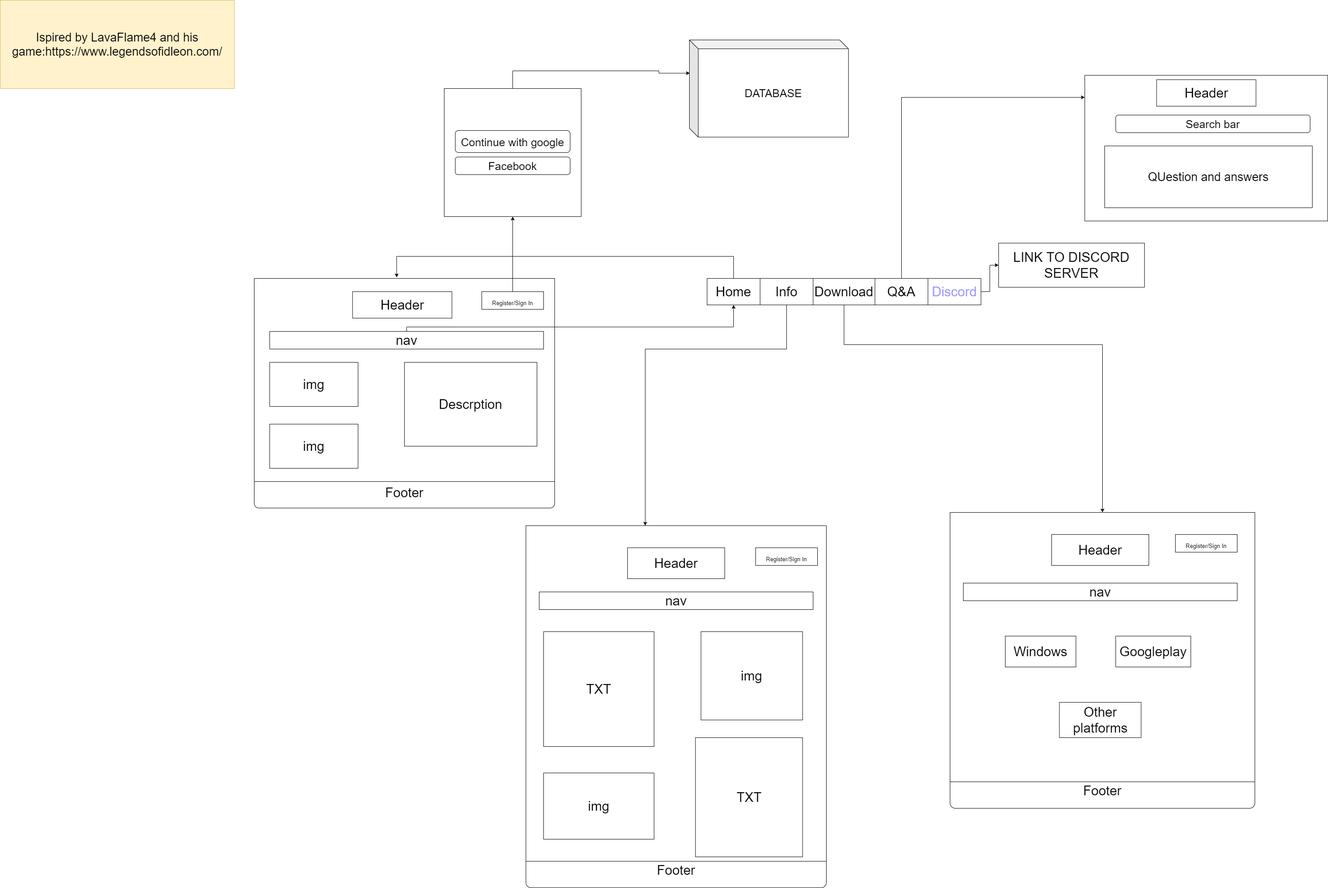
The draw.io diagram Hellscape__site/Hellscape.png in SmoleacMihai/ProgramareWeb, before a commit. Source tidied: cells renumbered, new cells last; positions are measured from the earlier drawing's top-left corner, leaving out a move shared by most shapes.
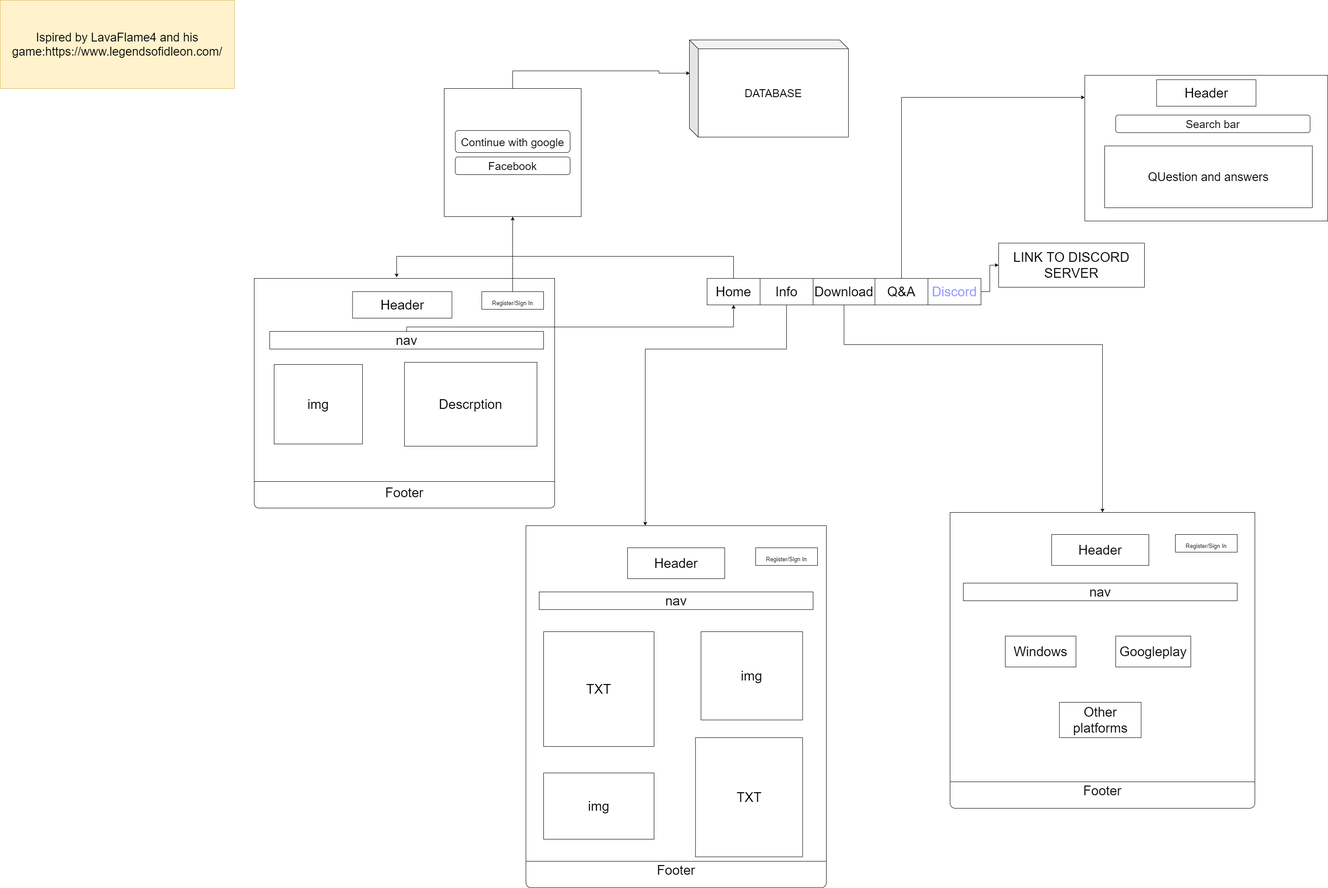
The same file after the commit.

The edit, as a diff of the source:
```diff
@@ -20,14 +20,11 @@
     <mxCell id="7" style="rounded=0;whiteSpace=wrap;html=1;fontSize=30;" parent="1" vertex="1">
       <mxGeometry x="620" y="750" width="610" height="40" as="geometry" />
     </mxCell>
-    <mxCell id="8" value="img" style="rounded=0;whiteSpace=wrap;html=1;fontSize=30;" parent="1" vertex="1">
-      <mxGeometry x="610" y="960" width="200" height="100" as="geometry" />
-    </mxCell>
     <mxCell id="9" value="Descrption" style="rounded=0;whiteSpace=wrap;html=1;fontSize=30;" parent="1" vertex="1">
       <mxGeometry x="915" y="820" width="300" height="190" as="geometry" />
     </mxCell>
     <mxCell id="10" value="img" style="rounded=0;whiteSpace=wrap;html=1;fontSize=30;" parent="1" vertex="1">
-      <mxGeometry x="610" y="820" width="200" height="100" as="geometry" />
+      <mxGeometry x="620" y="825" width="200" height="180" as="geometry" />
     </mxCell>
     <mxCell id="11" style="edgeStyle=orthogonalEdgeStyle;rounded=0;jettySize=auto;html=1;fontSize=30;" parent="1" edge="1" source="12" target="14">
       <mxGeometry relative="1" as="geometry">
```
